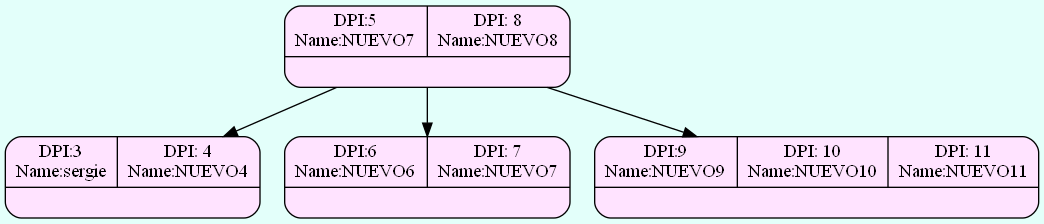
Above: FASE 2/Grafico/Admin_Btree_Clients.png in Serch-ING/EDD_UDRAWING_202000119 (Graphviz), before the change. Its source is kept beside it as FASE 2/Grafico/Admin_Btree_Clients.dot. The source it was exported from:
```dot
digraph structs {
  bgcolor = "#E3FFFA"
 node [shape=Mrecord fillcolor="#FFE3FF" style =filled];
struct807732867[label="{{DPI:5\nName:NUEVO7|DPI: 8\nName:NUEVO8}|<here>}"];
struct2047419181[label="{{DPI:3\nName:sergie|DPI: 4\nName:NUEVO4}|<here>}"];
struct1317354192[label="{{DPI:6\nName:NUEVO6|DPI: 7\nName:NUEVO7}|<here>}"];
struct14133247[label="{{DPI:9\nName:NUEVO9|DPI: 10\nName:NUEVO10|DPI: 11\nName:NUEVO11}|<here>}"];

struct807732867->struct2047419181;
struct807732867->struct1317354192;
struct807732867->struct14133247;
}
```
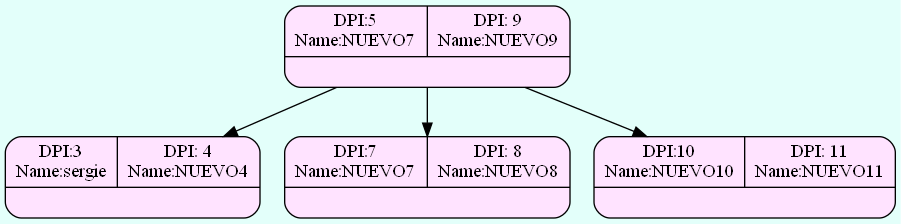
The same diagram one commit later.

Change to the diagram source:
```diff
@@ -1,12 +1,12 @@
 digraph structs {
   bgcolor = "#E3FFFA"
  node [shape=Mrecord fillcolor="#FFE3FF" style =filled];
-struct807732867[label="{{DPI:5\nName:NUEVO7|DPI: 8\nName:NUEVO8}|<here>}"];
-struct2047419181[label="{{DPI:3\nName:sergie|DPI: 4\nName:NUEVO4}|<here>}"];
-struct1317354192[label="{{DPI:6\nName:NUEVO6|DPI: 7\nName:NUEVO7}|<here>}"];
-struct14133247[label="{{DPI:9\nName:NUEVO9|DPI: 10\nName:NUEVO10|DPI: 11\nName:NUEVO11}|<here>}"];
+struct1383990012[label="{{DPI:5\nName:NUEVO7|DPI: 9\nName:NUEVO9}|<here>}"];
+struct273113860[label="{{DPI:3\nName:sergie|DPI: 4\nName:NUEVO4}|<here>}"];
+struct1243362011[label="{{DPI:7\nName:NUEVO7|DPI: 8\nName:NUEVO8}|<here>}"];
+struct773669930[label="{{DPI:10\nName:NUEVO10|DPI: 11\nName:NUEVO11}|<here>}"];
 
-struct807732867->struct2047419181;
-struct807732867->struct1317354192;
-struct807732867->struct14133247;
+struct1383990012->struct273113860;
+struct1383990012->struct1243362011;
+struct1383990012->struct773669930;
 }
```
